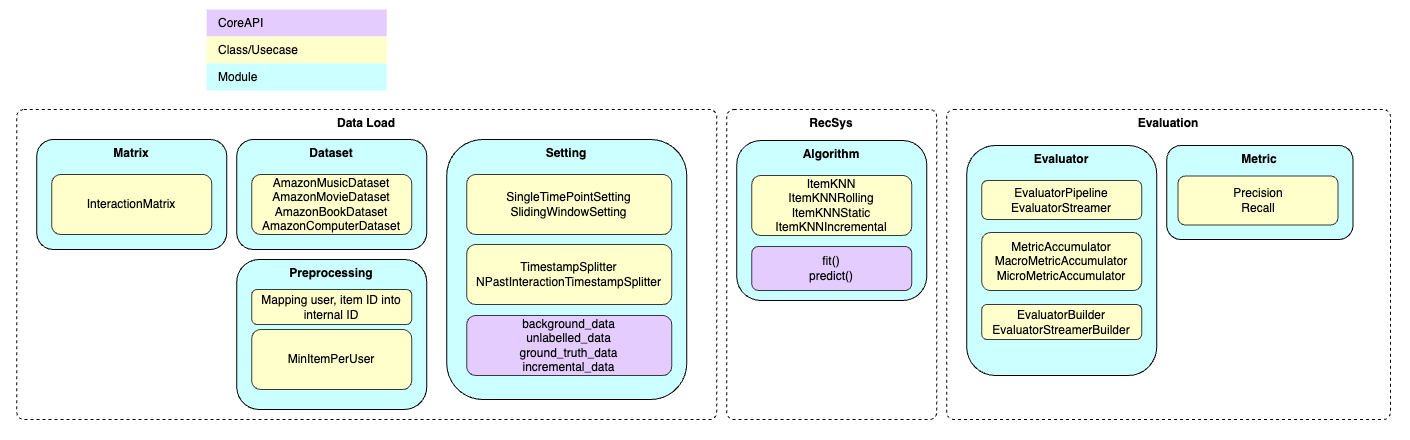
HiIAmTzeKean/streamsight keeps this draw.io diagram as docs/source/_static/architecture.png. Above is the earlier version. Source tidied: cells renumbered, new cells last; positions are measured from the earlier drawing's top-left corner, leaving out a move shared by most shapes.
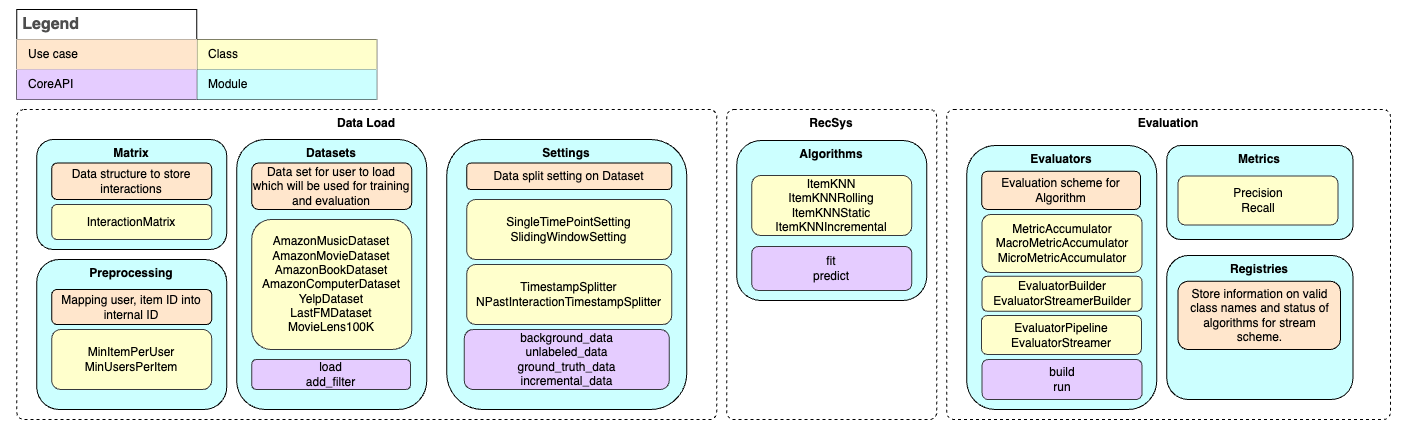
The same diagram one commit later.

Change to the diagram source:
```diff
@@ -2,98 +2,131 @@
   <root>
     <mxCell id="0" />
     <mxCell id="1" parent="0" />
+    <mxCell id="32" style="rounded=0;whiteSpace=wrap;html=1;fillColor=none;strokeColor=none;" parent="1" vertex="1">
+      <mxGeometry width="1410" height="440" as="geometry" />
+    </mxCell>
     <mxCell id="2" value="RecSys" style="rounded=1;whiteSpace=wrap;html=1;absoluteArcSize=1;arcSize=14;strokeWidth=1;dashed=1;horizontal=1;verticalAlign=top;fontStyle=1;" parent="1" vertex="1">
       <mxGeometry x="726.2" y="109" width="210" height="310" as="geometry" />
     </mxCell>
     <mxCell id="3" value="Data Load" style="rounded=1;whiteSpace=wrap;html=1;absoluteArcSize=1;arcSize=14;strokeWidth=1;dashed=1;horizontal=1;verticalAlign=top;fontStyle=1;" parent="1" vertex="1">
       <mxGeometry x="16.2" y="109" width="700" height="310" as="geometry" />
     </mxCell>
-    <mxCell id="4" value="Dataset" style="rounded=1;whiteSpace=wrap;html=1;verticalAlign=top;fontStyle=1;fillColor=#CCFFFF;strokeColor=#000000;" parent="1" vertex="1">
-      <mxGeometry x="236.2" y="139" width="190" height="110" as="geometry" />
+    <mxCell id="4" value="Datasets" style="rounded=1;whiteSpace=wrap;html=1;verticalAlign=top;fontStyle=1;fillColor=#CCFFFF;strokeColor=#000000;" parent="1" vertex="1">
+      <mxGeometry x="236.2" y="139" width="190" height="270" as="geometry" />
     </mxCell>
-    <mxCell id="5" value="&lt;div&gt;AmazonMusicDataset&lt;br&gt;&lt;/div&gt;&lt;div&gt;AmazonMovieDataset&lt;/div&gt;&lt;div&gt;AmazonBookDataset&lt;/div&gt;&lt;div&gt;AmazonComputerDataset&lt;/div&gt;" style="rounded=1;whiteSpace=wrap;html=1;fillColor=#FFFFCC;strokeColor=#36393d;" parent="1" vertex="1">
-      <mxGeometry x="251.2" y="174" width="160" height="60" as="geometry" />
+    <mxCell id="5" value="&lt;div&gt;AmazonMusicDataset&lt;br&gt;&lt;/div&gt;&lt;div&gt;AmazonMovieDataset&lt;/div&gt;&lt;div&gt;AmazonBookDataset&lt;/div&gt;&lt;div&gt;AmazonComputerDataset&lt;/div&gt;&lt;div&gt;YelpDataset&lt;/div&gt;&lt;div&gt;LastFMDataset&lt;/div&gt;&lt;div&gt;MovieLens100K&lt;/div&gt;" style="rounded=1;whiteSpace=wrap;html=1;fillColor=#FFFFCC;strokeColor=#36393d;align=center;verticalAlign=middle;fontFamily=Helvetica;fontSize=12;fontColor=default;" parent="1" vertex="1">
+      <mxGeometry x="251.2" y="219" width="160" height="130" as="geometry" />
     </mxCell>
     <mxCell id="6" value="Preprocessing" style="rounded=1;whiteSpace=wrap;html=1;verticalAlign=top;fontStyle=1;fillColor=#CCFFFF;strokeColor=#000000;" parent="1" vertex="1">
-      <mxGeometry x="236.2" y="259" width="190" height="150" as="geometry" />
+      <mxGeometry x="36.2" y="259" width="190" height="150" as="geometry" />
     </mxCell>
-    <mxCell id="7" value="Mapping user, item ID into internal ID" style="rounded=1;whiteSpace=wrap;html=1;fillColor=#FFFFCC;strokeColor=#36393d;" parent="1" vertex="1">
-      <mxGeometry x="251.2" y="289" width="160" height="35" as="geometry" />
+    <mxCell id="7" value="Mapping user, item ID into internal ID" style="rounded=1;whiteSpace=wrap;html=1;fillColor=#ffe6cc;strokeColor=#000000;" parent="1" vertex="1">
+      <mxGeometry x="51.2" y="289" width="160" height="35" as="geometry" />
     </mxCell>
-    <mxCell id="8" value="MinItemPerUser" style="rounded=1;whiteSpace=wrap;html=1;fillColor=#FFFFCC;strokeColor=#36393d;" parent="1" vertex="1">
-      <mxGeometry x="251.2" y="329" width="160" height="60" as="geometry" />
+    <mxCell id="8" value="MinItemPerUser&lt;div&gt;MinUsersPerItem&lt;/div&gt;" style="rounded=1;whiteSpace=wrap;html=1;fillColor=#FFFFCC;strokeColor=#36393d;" parent="1" vertex="1">
+      <mxGeometry x="51.2" y="329" width="160" height="60" as="geometry" />
     </mxCell>
     <mxCell id="9" value="Evaluation" style="rounded=1;whiteSpace=wrap;html=1;absoluteArcSize=1;arcSize=14;strokeWidth=1;dashed=1;horizontal=1;verticalAlign=top;fontStyle=1;" parent="1" vertex="1">
       <mxGeometry x="946.2" y="109" width="443.8" height="310" as="geometry" />
     </mxCell>
-    <mxCell id="10" value="Algorithm" style="rounded=1;whiteSpace=wrap;html=1;verticalAlign=top;fontStyle=1;fillColor=#CCFFFF;strokeColor=#000000;" parent="1" vertex="1">
+    <mxCell id="10" value="Algorithms" style="rounded=1;whiteSpace=wrap;html=1;verticalAlign=top;fontStyle=1;fillColor=#CCFFFF;strokeColor=#000000;" parent="1" vertex="1">
       <mxGeometry x="736.2" y="140" width="190" height="160" as="geometry" />
     </mxCell>
     <mxCell id="11" value="ItemKNN&lt;div&gt;ItemKNNRolling&lt;/div&gt;&lt;div&gt;ItemKNNStatic&lt;/div&gt;&lt;div&gt;ItemKNNIncremental&lt;/div&gt;" style="rounded=1;whiteSpace=wrap;html=1;fillColor=#FFFFCC;strokeColor=#36393d;" parent="1" vertex="1">
       <mxGeometry x="751.2" y="175" width="160" height="60" as="geometry" />
     </mxCell>
-    <mxCell id="12" value="Metric" style="rounded=1;whiteSpace=wrap;html=1;verticalAlign=top;fontStyle=1;fillColor=#CCFFFF;strokeColor=#000000;" parent="1" vertex="1">
+    <mxCell id="12" value="Metrics" style="rounded=1;whiteSpace=wrap;html=1;verticalAlign=top;fontStyle=1;fillColor=#CCFFFF;strokeColor=#000000;" parent="1" vertex="1">
       <mxGeometry x="1166.2" y="145" width="186.2" height="94" as="geometry" />
     </mxCell>
     <mxCell id="13" value="Precision&lt;div&gt;Recall&lt;/div&gt;" style="rounded=1;whiteSpace=wrap;html=1;fillColor=#FFFFCC;strokeColor=#36393d;" parent="1" vertex="1">
       <mxGeometry x="1177.5" y="175.5" width="160" height="49" as="geometry" />
     </mxCell>
-    <mxCell id="14" value="Evaluator" style="rounded=1;whiteSpace=wrap;html=1;verticalAlign=top;fontStyle=1;fillColor=#CCFFFF;strokeColor=#000000;" parent="1" vertex="1">
-      <mxGeometry x="966.2" y="145" width="190" height="230" as="geometry" />
+    <mxCell id="14" value="Evaluators" style="rounded=1;whiteSpace=wrap;html=1;verticalAlign=top;fontStyle=1;fillColor=#CCFFFF;strokeColor=#000000;" parent="1" vertex="1">
+      <mxGeometry x="966.2" y="145" width="190" height="264" as="geometry" />
     </mxCell>
     <mxCell id="15" value="EvaluatorPipeline&lt;div&gt;EvaluatorStreamer&lt;/div&gt;" style="rounded=1;whiteSpace=wrap;html=1;fillColor=#FFFFCC;strokeColor=#36393d;" parent="1" vertex="1">
-      <mxGeometry x="981.2" y="180" width="160" height="39" as="geometry" />
+      <mxGeometry x="980.9" y="315" width="160" height="39" as="geometry" />
     </mxCell>
-    <mxCell id="16" value="Setting" style="rounded=1;whiteSpace=wrap;html=1;verticalAlign=top;fontStyle=1;fillColor=#CCFFFF;strokeColor=#000000;" parent="1" vertex="1">
-      <mxGeometry x="446.2" y="139" width="240" height="260" as="geometry" />
+    <mxCell id="16" value="Settings" style="rounded=1;whiteSpace=wrap;html=1;verticalAlign=top;fontStyle=1;fillColor=#CCFFFF;strokeColor=#000000;" parent="1" vertex="1">
+      <mxGeometry x="446.2" y="139" width="240" height="270" as="geometry" />
     </mxCell>
     <mxCell id="17" value="SingleTimePointSetting&lt;div&gt;SlidingWindowSetting&lt;/div&gt;" style="rounded=1;whiteSpace=wrap;html=1;fillColor=#FFFFCC;strokeColor=#36393d;" parent="1" vertex="1">
-      <mxGeometry x="466.2" y="174" width="205" height="60" as="geometry" />
+      <mxGeometry x="466.2" y="199" width="205" height="60" as="geometry" />
     </mxCell>
-    <mxCell id="18" value="&lt;div&gt;background_data&lt;/div&gt;&lt;div&gt;unlabelled_data&lt;/div&gt;&lt;div&gt;ground_truth_data&lt;/div&gt;&lt;div&gt;incremental_data&lt;/div&gt;" style="rounded=1;whiteSpace=wrap;html=1;fillColor=#E5CCFF;strokeColor=#36393d;" parent="1" vertex="1">
-      <mxGeometry x="466.2" y="315" width="205" height="60" as="geometry" />
+    <mxCell id="18" value="&lt;div&gt;background_data&lt;/div&gt;&lt;div&gt;unlabeled_data&lt;/div&gt;&lt;div&gt;ground_truth_data&lt;/div&gt;&lt;div&gt;incremental_data&lt;/div&gt;" style="rounded=1;whiteSpace=wrap;html=1;fillColor=#E5CCFF;strokeColor=#36393d;" parent="1" vertex="1">
+      <mxGeometry x="463.8" y="329" width="205" height="60" as="geometry" />
     </mxCell>
-    <mxCell id="19" value="&lt;div&gt;fit()&lt;/div&gt;predict()" style="rounded=1;whiteSpace=wrap;html=1;fillColor=#E5CCFF;strokeColor=#36393d;" parent="1" vertex="1">
+    <mxCell id="19" value="&lt;div&gt;fit&lt;/div&gt;predict" style="rounded=1;whiteSpace=wrap;html=1;fillColor=#E5CCFF;strokeColor=#36393d;" parent="1" vertex="1">
       <mxGeometry x="751.2" y="246" width="160" height="44" as="geometry" />
     </mxCell>
-    <mxCell id="20" value="Legend" style="shape=table;startSize=0;fontSize=16;align=left;verticalAlign=top;fillColor=none;strokeColor=none;fontColor=#000000;fontStyle=1;spacingLeft=6;spacing=0;" parent="1" vertex="1">
-      <mxGeometry x="206.2" y="9" width="180" height="81" as="geometry" />
-    </mxCell>
-    <mxCell id="21" style="shape=tableRow;horizontal=0;startSize=0;swimlaneHead=0;swimlaneBody=0;strokeColor=inherit;top=0;left=0;bottom=0;right=0;fillColor=none;fontSize=12;" parent="20" vertex="1">
-      <mxGeometry width="180" height="27" as="geometry" />
-    </mxCell>
-    <mxCell id="22" value="CoreAPI" style="shape=partialRectangle;html=1;whiteSpace=wrap;strokeColor=inherit;overflow=hidden;fillColor=#E5CCFF;top=0;left=0;bottom=0;right=0;fontSize=12;align=left;fontColor=#000000;gradientColor=none;spacingLeft=10;spacingRight=4;" parent="21" vertex="1">
-      <mxGeometry width="180" height="27" as="geometry" />
-    </mxCell>
-    <mxCell id="23" style="shape=tableRow;horizontal=0;startSize=0;swimlaneHead=0;swimlaneBody=0;strokeColor=inherit;top=0;left=0;bottom=0;right=0;fillColor=none;fontSize=12;" parent="20" vertex="1">
-      <mxGeometry y="27" width="180" height="27" as="geometry" />
-    </mxCell>
-    <mxCell id="24" value="Class/Usecase" style="shape=partialRectangle;html=1;whiteSpace=wrap;strokeColor=inherit;overflow=hidden;fillColor=#FFFFCC;top=0;left=0;bottom=0;right=0;fontSize=12;align=left;fontColor=#000000;gradientColor=none;spacingLeft=10;spacingRight=4;" parent="23" vertex="1">
-      <mxGeometry width="180" height="27" as="geometry" />
-    </mxCell>
-    <mxCell id="25" style="shape=tableRow;horizontal=0;startSize=0;swimlaneHead=0;swimlaneBody=0;strokeColor=inherit;top=0;left=0;bottom=0;right=0;fillColor=none;fontSize=12;" parent="20" vertex="1">
-      <mxGeometry y="54" width="180" height="27" as="geometry" />
-    </mxCell>
-    <mxCell id="26" value="Module" style="shape=partialRectangle;html=1;whiteSpace=wrap;strokeColor=inherit;overflow=hidden;fillColor=#CCFFFF;top=0;left=0;bottom=0;right=0;fontSize=12;align=left;fontColor=#000000;gradientColor=none;spacingLeft=10;spacingRight=4;" parent="25" vertex="1">
-      <mxGeometry width="180" height="27" as="geometry" />
-    </mxCell>
     <mxCell id="27" value="MetricAccumulator&lt;div&gt;MacroMetricAccumulator&lt;br&gt;&lt;/div&gt;&lt;div&gt;MicroMetricAccumulator&lt;br&gt;&lt;/div&gt;" style="rounded=1;whiteSpace=wrap;html=1;fillColor=#FFFFCC;strokeColor=#36393d;" parent="1" vertex="1">
-      <mxGeometry x="981.2" y="232" width="160" height="58" as="geometry" />
+      <mxGeometry x="981.6" y="214" width="160" height="58" as="geometry" />
     </mxCell>
     <mxCell id="28" value="EvaluatorBuilder&lt;div&gt;EvaluatorStreamerBuilder&lt;/div&gt;" style="rounded=1;whiteSpace=wrap;html=1;fillColor=#FFFFCC;strokeColor=#36393d;" parent="1" vertex="1">
-      <mxGeometry x="981.2" y="304" width="160" height="35" as="geometry" />
+      <mxGeometry x="981.6" y="275.8" width="160" height="35" as="geometry" />
     </mxCell>
     <mxCell id="29" value="TimestampSplitter&lt;div&gt;NPastInteractionTimestampSplitter&lt;br&gt;&lt;/div&gt;" style="rounded=1;whiteSpace=wrap;html=1;fillColor=#FFFFCC;strokeColor=#36393d;" parent="1" vertex="1">
-      <mxGeometry x="466.2" y="244" width="205" height="60" as="geometry" />
+      <mxGeometry x="466.2" y="264" width="205" height="60" as="geometry" />
     </mxCell>
     <mxCell id="30" value="Matrix" style="rounded=1;whiteSpace=wrap;html=1;verticalAlign=top;fontStyle=1;fillColor=#CCFFFF;strokeColor=#000000;" parent="1" vertex="1">
       <mxGeometry x="36.2" y="139" width="190" height="110" as="geometry" />
     </mxCell>
     <mxCell id="31" value="&lt;div&gt;InteractionMatrix&lt;/div&gt;" style="rounded=1;whiteSpace=wrap;html=1;fillColor=#FFFFCC;strokeColor=#36393d;" parent="1" vertex="1">
-      <mxGeometry x="51.2" y="174" width="160" height="60" as="geometry" />
+      <mxGeometry x="51.2" y="204" width="160" height="35" as="geometry" />
     </mxCell>
-    <mxCell id="32" style="rounded=0;whiteSpace=wrap;html=1;fillColor=none;strokeColor=none;" parent="1" vertex="1">
-      <mxGeometry width="1410" height="440" as="geometry" />
-    </mxCell>
+    <mxCell id="33" value="&lt;div&gt;Data set for user to load which will be used for training and evaluation&lt;/div&gt;" style="rounded=1;whiteSpace=wrap;html=1;fillColor=#ffe6cc;strokeColor=#000000;align=center;verticalAlign=middle;fontFamily=Helvetica;fontSize=12;fontColor=default;" parent="1" vertex="1">
+      <mxGeometry x="251.2" y="162.5" width="160" height="46.5" as="geometry" />
+    </mxCell>
+    <mxCell id="34" value="Data split setting on Dataset" style="rounded=1;whiteSpace=wrap;html=1;fillColor=#ffe6cc;strokeColor=#000000;align=center;verticalAlign=middle;fontFamily=Helvetica;fontSize=12;fontColor=default;" parent="1" vertex="1">
+      <mxGeometry x="466.2" y="162.5" width="205" height="26.5" as="geometry" />
+    </mxCell>
+    <mxCell id="20" value="Legend" style="shape=table;startSize=0;fontSize=16;align=left;verticalAlign=top;fillColor=none;strokeColor=default;fontColor=#000000;fontStyle=1;spacingLeft=6;spacing=0;swimlaneFillColor=default;" parent="1" vertex="1">
+      <mxGeometry x="196.2" y="39" width="180" height="60" as="geometry" />
+    </mxCell>
+    <mxCell id="23" style="shape=tableRow;horizontal=0;startSize=0;swimlaneHead=0;swimlaneBody=0;strokeColor=default;top=0;left=0;bottom=0;right=0;fillColor=none;fontSize=12;" parent="20" vertex="1">
+      <mxGeometry width="180" height="30" as="geometry" />
+    </mxCell>
+    <mxCell id="24" value="Class" style="shape=partialRectangle;html=1;whiteSpace=wrap;strokeColor=default;overflow=hidden;fillColor=#FFFFCC;top=0;left=0;bottom=0;right=0;fontSize=12;align=left;fontColor=#000000;gradientColor=none;spacingLeft=10;spacingRight=4;" parent="23" vertex="1">
+      <mxGeometry width="180" height="30" as="geometry" />
+    </mxCell>
+    <mxCell id="25" style="shape=tableRow;horizontal=0;startSize=0;swimlaneHead=0;swimlaneBody=0;strokeColor=inherit;top=0;left=0;bottom=0;right=0;fillColor=none;fontSize=12;" parent="20" vertex="1">
+      <mxGeometry y="30" width="180" height="30" as="geometry" />
+    </mxCell>
+    <mxCell id="26" value="Module" style="shape=partialRectangle;html=1;whiteSpace=wrap;strokeColor=default;overflow=hidden;fillColor=#CCFFFF;top=0;left=0;bottom=0;right=0;fontSize=12;align=left;fontColor=#000000;gradientColor=none;spacingLeft=10;spacingRight=4;" parent="25" vertex="1">
+      <mxGeometry width="180" height="30" as="geometry" />
+    </mxCell>
+    <mxCell id="35" value="Legend" style="shape=table;startSize=30;fontSize=16;align=left;verticalAlign=top;fillColor=none;strokeColor=default;fontColor=#4D4D4D;fontStyle=1;spacingLeft=6;spacing=0;swimlaneLine=1;shadow=0;swimlaneFillColor=default;" parent="1" vertex="1">
+      <mxGeometry x="16.2" y="9" width="180" height="90" as="geometry" />
+    </mxCell>
+    <mxCell id="36" style="shape=tableRow;horizontal=0;startSize=0;swimlaneHead=0;swimlaneBody=0;strokeColor=#d79b00;top=0;left=0;bottom=0;right=0;fillColor=default;fontSize=12;" parent="35" vertex="1">
+      <mxGeometry y="30" width="180" height="30" as="geometry" />
+    </mxCell>
+    <mxCell id="37" value="Use case" style="shape=partialRectangle;html=1;whiteSpace=wrap;strokeColor=#000000;overflow=hidden;fillColor=#ffe6cc;top=0;left=0;bottom=0;right=0;fontSize=12;align=left;spacingLeft=10;spacingRight=4;" parent="36" vertex="1">
+      <mxGeometry width="180" height="30" as="geometry" />
+    </mxCell>
+    <mxCell id="21" style="shape=tableRow;horizontal=0;startSize=0;swimlaneHead=0;swimlaneBody=0;strokeColor=inherit;top=0;left=0;bottom=0;right=0;fillColor=none;fontSize=12;" parent="35" vertex="1">
+      <mxGeometry y="60" width="180" height="30" as="geometry" />
+    </mxCell>
+    <mxCell id="22" value="CoreAPI" style="shape=partialRectangle;html=1;whiteSpace=wrap;strokeColor=default;overflow=hidden;fillColor=#E5CCFF;top=0;left=0;bottom=0;right=0;fontSize=12;align=left;fontColor=#000000;gradientColor=none;spacingLeft=10;spacingRight=4;" parent="21" vertex="1">
+      <mxGeometry width="180" height="30" as="geometry" />
+    </mxCell>
+    <mxCell id="38" value="&lt;div&gt;Data structure to store interactions&lt;/div&gt;" style="rounded=1;whiteSpace=wrap;html=1;fillColor=#ffe6cc;strokeColor=#000000;align=center;verticalAlign=middle;fontFamily=Helvetica;fontSize=12;fontColor=default;" parent="1" vertex="1">
+      <mxGeometry x="51.2" y="162.5" width="160" height="36.5" as="geometry" />
+    </mxCell>
+    <mxCell id="39" value="Registries" style="rounded=1;whiteSpace=wrap;html=1;verticalAlign=top;fontStyle=1;fillColor=#CCFFFF;strokeColor=#000000;" parent="1" vertex="1">
+      <mxGeometry x="1166.2" y="255" width="186.2" height="144" as="geometry" />
+    </mxCell>
+    <mxCell id="40" value="Store information on valid class names and status of algorithms for stream scheme." style="rounded=1;whiteSpace=wrap;html=1;fillColor=#ffe6cc;strokeColor=#000000;align=center;verticalAlign=middle;fontFamily=Helvetica;fontSize=12;fontColor=default;" parent="1" vertex="1">
+      <mxGeometry x="1177.5" y="280.8" width="162.5" height="68.2" as="geometry" />
+    </mxCell>
+    <mxCell id="41" value="Evaluation scheme for Algorithm" style="rounded=1;whiteSpace=wrap;html=1;fillColor=#ffe6cc;strokeColor=#000000;align=center;verticalAlign=middle;fontFamily=Helvetica;fontSize=12;fontColor=default;" parent="1" vertex="1">
+      <mxGeometry x="981.2" y="170.8" width="158.8" height="38.2" as="geometry" />
+    </mxCell>
+    <mxCell id="42" value="&lt;div&gt;load&lt;/div&gt;&lt;div&gt;add_filter&lt;/div&gt;" style="rounded=1;whiteSpace=wrap;html=1;fillColor=#E5CCFF;strokeColor=#36393d;" parent="1" vertex="1">
+      <mxGeometry x="251.2" y="359" width="158.8" height="30" as="geometry" />
+    </mxCell>
+    <mxCell id="43" value="build&lt;div&gt;&lt;/div&gt;&lt;div&gt;run&lt;/div&gt;" style="rounded=1;whiteSpace=wrap;html=1;fillColor=#E5CCFF;strokeColor=#36393d;" parent="1" vertex="1">
+      <mxGeometry x="981.6" y="359" width="160" height="40" as="geometry" />
+    </mxCell>
   </root>
 </mxGraphModel>
```
